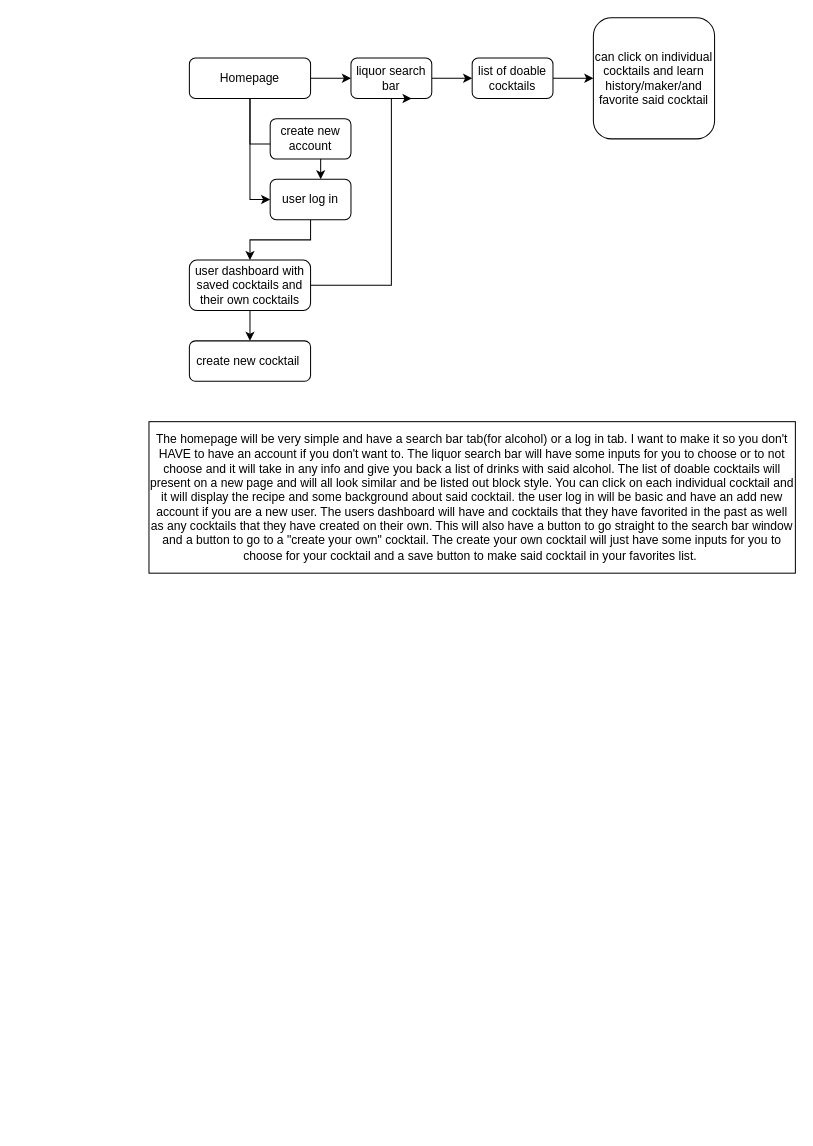
The draw.io diagram Untitled Diagram.drawio in cowman166/diagram, before the edit. Source tidied: cells renumbered, new cells numbered last; positions are measured from the earlier drawing's top-left corner, leaving out a move shared by most shapes. Both pictures are drawn from the tidied source at 101%, with x=0, y=0 at pixel (148, 17).
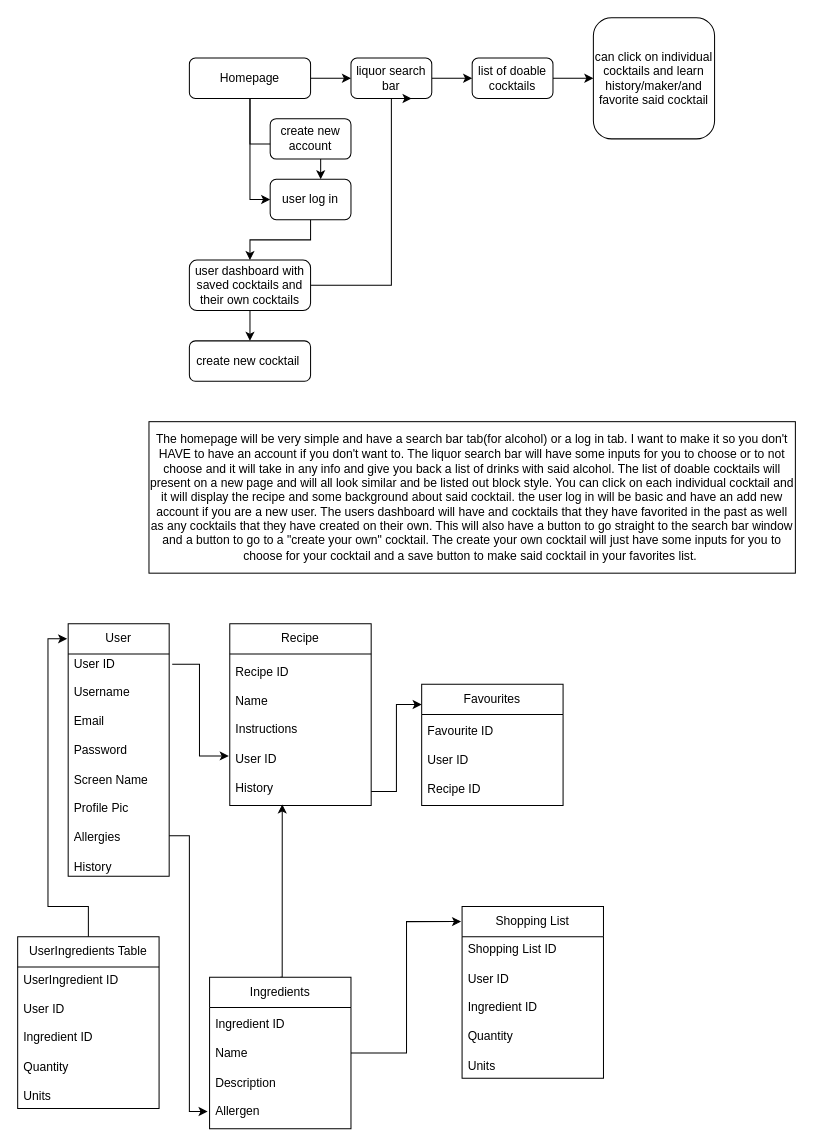
Above is the later version.

Change to the diagram source:
```diff
@@
+    <mxCell id="19" style="edgeStyle=orthogonalEdgeStyle;rounded=0;jettySize=auto;html=1;exitX=0.5;exitY=0;exitDx=0;exitDy=0;entryX=0.371;entryY=0.993;entryDx=0;entryDy=0;entryPerimeter=0;" parent="1" edge="1" source="21" target="24">
+      <mxGeometry relative="1" as="geometry">
+        <Array as="points">
+          <mxPoint x="132" y="950" />
+        </Array>
+      </mxGeometry>
+    </mxCell>
+    <mxCell id="20" style="edgeStyle=orthogonalEdgeStyle;rounded=0;jettySize=auto;html=1;entryX=-0.007;entryY=0.088;entryDx=0;entryDy=0;entryPerimeter=0;" parent="1" edge="1" source="21" target="32">
+      <mxGeometry relative="1" as="geometry" />
+    </mxCell>
+    <mxCell id="21" value="Ingredients" style="swimlane;fontStyle=0;horizontal=1;startSize=30;whiteSpace=wrap;html=1;" parent="1" vertex="1">
+      <mxGeometry x="60" y="950" width="140" height="150" as="geometry" />
+    </mxCell>
+    <mxCell id="22" value="Ingredient ID&lt;div&gt;&lt;br&gt;&lt;/div&gt;&lt;div&gt;Name&lt;/div&gt;&lt;div&gt;&lt;br&gt;&lt;/div&gt;&lt;div&gt;Description&lt;/div&gt;&lt;div&gt;&lt;br&gt;&lt;/div&gt;&lt;div&gt;Allergen&lt;/div&gt;" style="text;strokeColor=none;fillColor=none;align=left;verticalAlign=middle;spacingLeft=4;spacingRight=4;overflow=hidden;points=[[0,0.5],[1,0.5]];portConstraint=eastwest;whiteSpace=wrap;html=1;" parent="21" vertex="1">
+      <mxGeometry y="30" width="140" height="120" as="geometry" />
+    </mxCell>
+    <mxCell id="23" value="Recipe" style="swimlane;fontStyle=0;horizontal=1;startSize=30;whiteSpace=wrap;html=1;" parent="1" vertex="1">
+      <mxGeometry x="80" y="600" width="140" height="180" as="geometry" />
+    </mxCell>
+    <mxCell id="24" value="Recipe ID&lt;div&gt;&lt;br&gt;&lt;/div&gt;&lt;div&gt;Name&lt;/div&gt;&lt;div&gt;&lt;br&gt;&lt;/div&gt;&lt;div&gt;Instructions&lt;/div&gt;&lt;div&gt;&lt;br&gt;&lt;/div&gt;&lt;div&gt;User ID&lt;/div&gt;&lt;div&gt;&lt;br&gt;&lt;/div&gt;&lt;div&gt;History&lt;/div&gt;" style="text;strokeColor=none;fillColor=none;align=left;verticalAlign=middle;spacingLeft=4;spacingRight=4;overflow=hidden;points=[[0,0.5],[1,0.5]];portConstraint=eastwest;whiteSpace=wrap;html=1;" parent="23" vertex="1">
+      <mxGeometry y="30" width="140" height="150" as="geometry" />
+    </mxCell>
+    <mxCell id="25" value="Favourites" style="swimlane;fontStyle=0;horizontal=1;startSize=30;whiteSpace=wrap;html=1;" parent="1" vertex="1">
+      <mxGeometry x="270" y="660" width="140" height="120" as="geometry" />
+    </mxCell>
+    <mxCell id="26" value="Favourite ID&lt;div&gt;&lt;br&gt;&lt;div&gt;User ID&lt;/div&gt;&lt;div&gt;&lt;br&gt;&lt;/div&gt;&lt;div&gt;Recipe ID&lt;/div&gt;&lt;/div&gt;" style="text;strokeColor=none;fillColor=none;align=left;verticalAlign=middle;spacingLeft=4;spacingRight=4;overflow=hidden;whiteSpace=wrap;html=1;" parent="25" vertex="1">
+      <mxGeometry y="30" width="140" height="90" as="geometry" />
+    </mxCell>
+    <mxCell id="27" value="User" style="swimlane;fontStyle=0;horizontal=1;startSize=30;whiteSpace=wrap;html=1;" parent="1" vertex="1">
+      <mxGeometry x="-80" y="600" width="100" height="250" as="geometry" />
+    </mxCell>
+    <mxCell id="28" value="User ID&lt;div&gt;&lt;br&gt;&lt;div&gt;Username&lt;/div&gt;&lt;div&gt;&lt;br&gt;&lt;/div&gt;&lt;div&gt;Email&lt;/div&gt;&lt;div&gt;&lt;br&gt;&lt;/div&gt;&lt;div&gt;Password&lt;/div&gt;&lt;div&gt;&lt;br&gt;&lt;/div&gt;&lt;div&gt;Screen Name&lt;/div&gt;&lt;div&gt;&lt;br&gt;&lt;/div&gt;&lt;div&gt;Profile Pic&lt;/div&gt;&lt;div&gt;&lt;br&gt;&lt;/div&gt;&lt;div&gt;Allergies&lt;/div&gt;&lt;div&gt;&lt;br&gt;&lt;/div&gt;&lt;div&gt;History&lt;/div&gt;&lt;/div&gt;" style="text;strokeColor=none;fillColor=none;align=left;verticalAlign=middle;spacingLeft=4;spacingRight=4;overflow=hidden;points=[[0,0.5],[1,0.5]];portConstraint=eastwest;whiteSpace=wrap;html=1;" parent="27" vertex="1">
+      <mxGeometry y="30" width="100" height="220" as="geometry" />
+    </mxCell>
+    <mxCell id="29" style="edgeStyle=orthogonalEdgeStyle;rounded=0;jettySize=auto;html=1;entryX=-0.01;entryY=0.06;entryDx=0;entryDy=0;entryPerimeter=0;" parent="1" edge="1" source="30" target="27">
+      <mxGeometry relative="1" as="geometry" />
+    </mxCell>
+    <mxCell id="30" value="UserIngredients Table" style="swimlane;fontStyle=0;horizontal=1;startSize=30;whiteSpace=wrap;html=1;" parent="1" vertex="1">
+      <mxGeometry x="-130" y="910" width="140" height="170" as="geometry" />
+    </mxCell>
+    <mxCell id="31" value="UserIngredient ID&lt;div&gt;&lt;br&gt;&lt;/div&gt;&lt;div&gt;User ID&lt;/div&gt;&lt;div&gt;&lt;br&gt;&lt;/div&gt;&lt;div&gt;Ingredient ID&lt;/div&gt;&lt;div&gt;&lt;br&gt;&lt;/div&gt;&lt;div&gt;Quantity&lt;/div&gt;&lt;div&gt;&lt;br&gt;&lt;/div&gt;&lt;div&gt;Units&lt;/div&gt;" style="text;strokeColor=none;fillColor=none;align=left;verticalAlign=middle;spacingLeft=4;spacingRight=4;overflow=hidden;whiteSpace=wrap;html=1;" parent="30" vertex="1">
+      <mxGeometry y="30" width="140" height="140" as="geometry" />
+    </mxCell>
+    <mxCell id="32" value="Shopping List" style="swimlane;fontStyle=0;horizontal=1;startSize=30;whiteSpace=wrap;html=1;" parent="1" vertex="1">
+      <mxGeometry x="310" y="880" width="140" height="170" as="geometry" />
+    </mxCell>
+    <mxCell id="33" value="Shopping List ID&lt;div&gt;&lt;br&gt;&lt;/div&gt;&lt;div&gt;User ID&lt;/div&gt;&lt;div&gt;&lt;br&gt;&lt;/div&gt;&lt;div&gt;Ingredient ID&lt;/div&gt;&lt;div&gt;&lt;br&gt;&lt;/div&gt;&lt;div&gt;Quantity&lt;/div&gt;&lt;div&gt;&lt;br&gt;&lt;/div&gt;&lt;div&gt;Units&lt;/div&gt;" style="text;strokeColor=none;fillColor=none;align=left;verticalAlign=middle;spacingLeft=4;spacingRight=4;overflow=hidden;whiteSpace=wrap;html=1;" parent="32" vertex="1">
+      <mxGeometry y="30" width="140" height="140" as="geometry" />
+    </mxCell>
+    <mxCell id="34" style="edgeStyle=orthogonalEdgeStyle;rounded=0;jettySize=auto;html=1;entryX=-0.014;entryY=0.858;entryDx=0;entryDy=0;entryPerimeter=0;exitX=1;exitY=0.818;exitDx=0;exitDy=0;exitPerimeter=0;" parent="1" edge="1" source="28" target="22">
+      <mxGeometry relative="1" as="geometry" />
+    </mxCell>
+    <mxCell id="35" style="edgeStyle=orthogonalEdgeStyle;rounded=0;jettySize=auto;html=1;entryX=-0.007;entryY=0.673;entryDx=0;entryDy=0;entryPerimeter=0;exitX=1.03;exitY=0.046;exitDx=0;exitDy=0;exitPerimeter=0;" parent="1" edge="1" source="28" target="24">
+      <mxGeometry relative="1" as="geometry" />
+    </mxCell>
+    <mxCell id="36" style="edgeStyle=orthogonalEdgeStyle;rounded=0;jettySize=auto;html=1;entryX=0;entryY=0.167;entryDx=0;entryDy=0;entryPerimeter=0;exitX=1;exitY=0.907;exitDx=0;exitDy=0;exitPerimeter=0;" parent="1" edge="1" source="24" target="25">
+      <mxGeometry relative="1" as="geometry" />
+    </mxCell>
```
